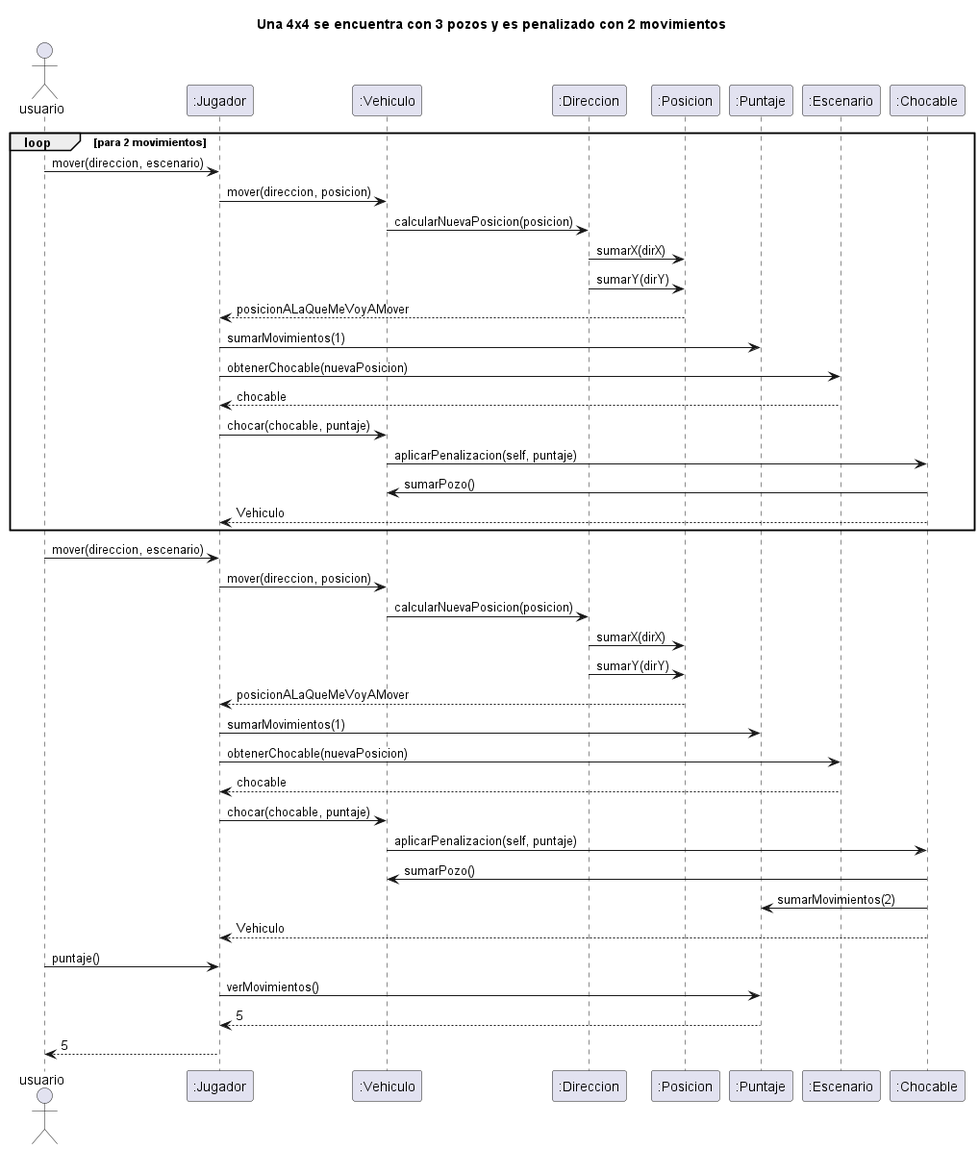
NestorPala/T17-GPSChallenge keeps this PlantUML diagram as diagrams/sequences/todoterreno_choca_3pozos.png. Above is the earlier version. Its source is kept beside it as diagrams/sequences/todoterreno_choca_3pozos.puml.
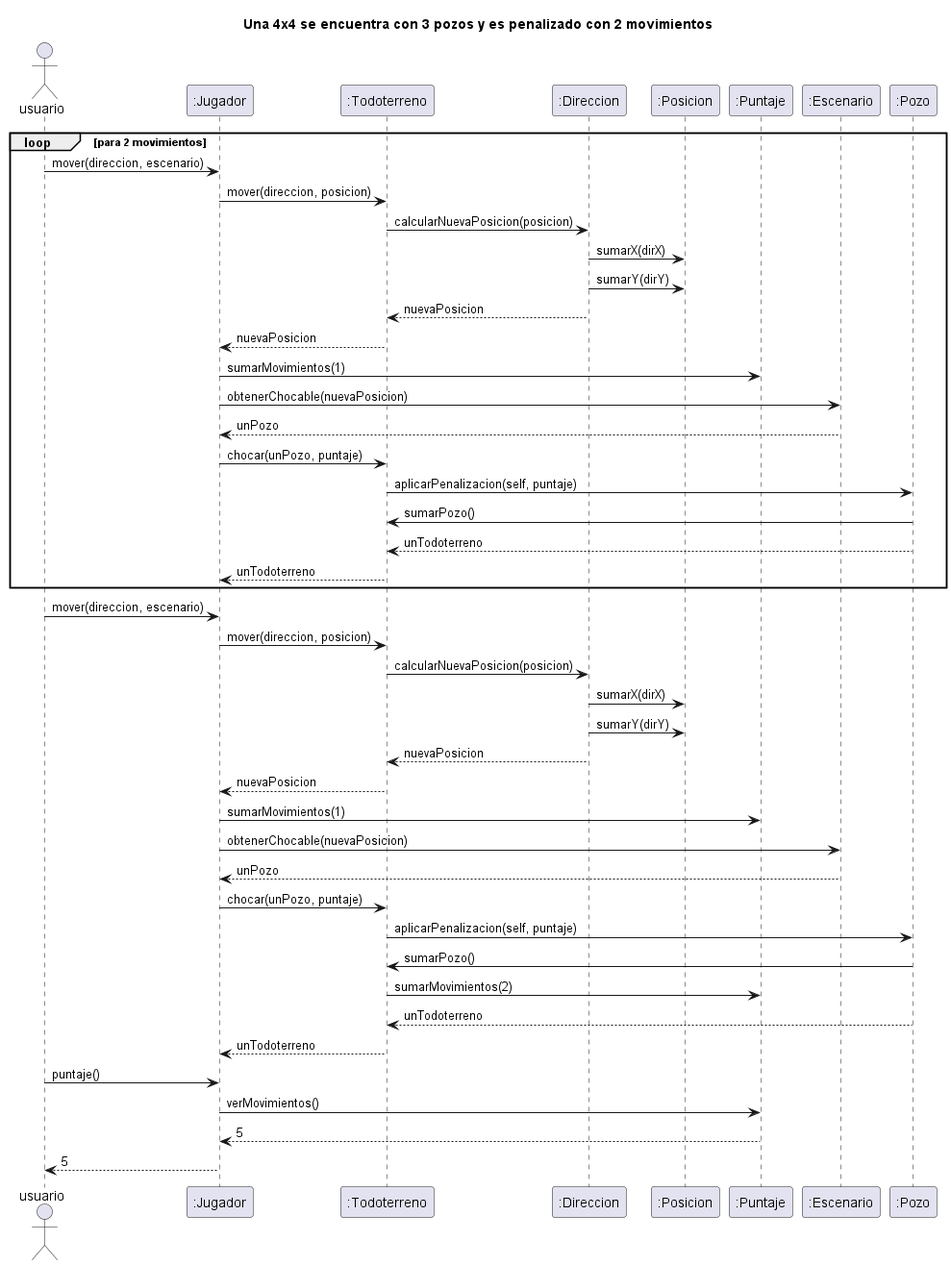
Above is the later version.

Diff of the diagram source:
```diff
@@ -4,34 +4,38 @@
 
 loop para 2 movimientos
 "usuario" -> ":Jugador": mover(direccion, escenario)
-":Jugador" -> ":Vehiculo": mover(direccion, posicion)
-":Vehiculo" -> ":Direccion": calcularNuevaPosicion(posicion)
+":Jugador" -> ":Todoterreno": mover(direccion, posicion)
+":Todoterreno" -> ":Direccion": calcularNuevaPosicion(posicion)
 ":Direccion" -> ":Posicion": sumarX(dirX)
 ":Direccion" -> ":Posicion": sumarY(dirY)
-":Posicion" --> ":Jugador": posicionALaQueMeVoyAMover
+":Direccion" --> ":Todoterreno": nuevaPosicion
+":Todoterreno" --> ":Jugador": nuevaPosicion
 ":Jugador" -> ":Puntaje": sumarMovimientos(1)
 ":Jugador" -> ":Escenario": obtenerChocable(nuevaPosicion)
-":Escenario" --> ":Jugador": chocable
-":Jugador" -> ":Vehiculo": chocar(chocable, puntaje)
-":Vehiculo" -> ":Chocable": aplicarPenalizacion(self, puntaje)
-":Chocable" -> ":Vehiculo" : sumarPozo()
-":Chocable" --> ":Jugador" : Vehiculo
+":Escenario" --> ":Jugador": unPozo
+":Jugador" -> ":Todoterreno": chocar(unPozo, puntaje)
+":Todoterreno" -> ":Pozo": aplicarPenalizacion(self, puntaje)
+":Pozo" -> ":Todoterreno" : sumarPozo()
+":Pozo" --> ":Todoterreno" : unTodoterreno
+":Todoterreno" --> ":Jugador" : unTodoterreno
 end
 
 "usuario" -> ":Jugador": mover(direccion, escenario)
-":Jugador" -> ":Vehiculo": mover(direccion, posicion)
-":Vehiculo" -> ":Direccion": calcularNuevaPosicion(posicion)
+":Jugador" -> ":Todoterreno": mover(direccion, posicion)
+":Todoterreno" -> ":Direccion": calcularNuevaPosicion(posicion)
 ":Direccion" -> ":Posicion": sumarX(dirX)
 ":Direccion" -> ":Posicion": sumarY(dirY)
-":Posicion" --> ":Jugador": posicionALaQueMeVoyAMover
+":Direccion" --> ":Todoterreno": nuevaPosicion
+":Todoterreno" --> ":Jugador": nuevaPosicion
 ":Jugador" -> ":Puntaje": sumarMovimientos(1)
 ":Jugador" -> ":Escenario": obtenerChocable(nuevaPosicion)
-":Escenario" --> ":Jugador": chocable
-":Jugador" -> ":Vehiculo": chocar(chocable, puntaje)
-":Vehiculo" -> ":Chocable": aplicarPenalizacion(self, puntaje)
-":Chocable" -> ":Vehiculo" : sumarPozo()
-":Chocable" -> ":Puntaje" : sumarMovimientos(2)
-":Chocable" --> ":Jugador" : Vehiculo
+":Escenario" --> ":Jugador": unPozo
+":Jugador" -> ":Todoterreno": chocar(unPozo, puntaje)
+":Todoterreno" -> ":Pozo": aplicarPenalizacion(self, puntaje)
+":Pozo" -> ":Todoterreno" : sumarPozo()
+":Todoterreno" -> ":Puntaje" : sumarMovimientos(2)
+":Pozo" --> ":Todoterreno" : unTodoterreno
+":Todoterreno" --> ":Jugador" : unTodoterreno
 
 "usuario" -> ":Jugador": puntaje()
 ":Jugador" -> ":Puntaje": verMovimientos()
```
